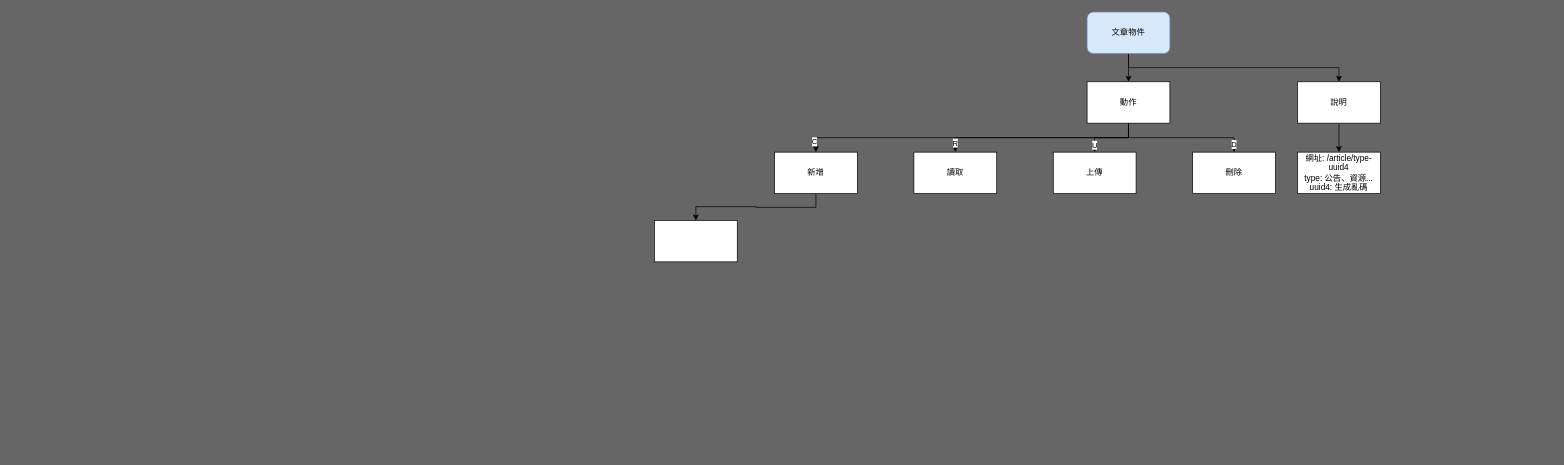
Before: page "文件物件-後端" (2 of 3) of Untitled Diagram.drawio in LawrenceLee0113/LawrenceLee0113, a draw.io diagram. Source tidied: cells renumbered, new cells numbered last; positions are measured from the earlier drawing's top-left corner, leaving out a move shared by most shapes. Both pictures are drawn from the tidied source at 69%, with x=0, y=0 at pixel (654, 12).
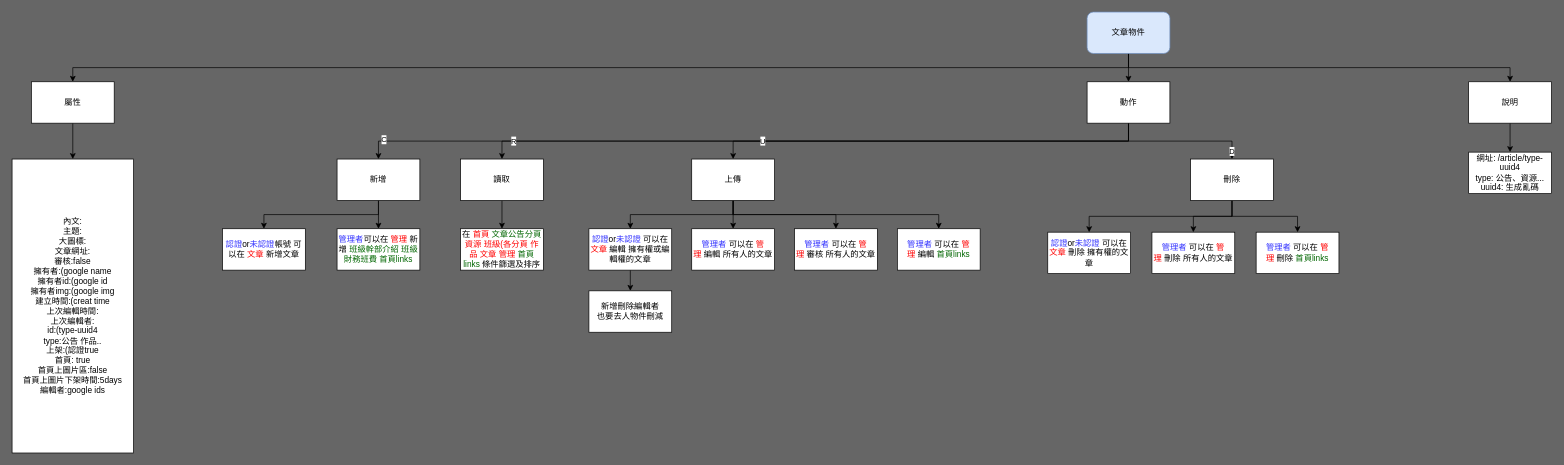
After the change.

The change refers to these unchanged cells:
```xml
<mxCell id="4" value="文章物件" style="rounded=1;whiteSpace=wrap;html=1;fillColor=#dae8fc;strokeColor=#6c8ebf;" parent="1" vertex="1">
  <mxGeometry x="627" width="120" height="60" as="geometry" />
</mxCell>
```

What changed in the source:
```diff
@@
+    <mxCell id="19" style="edgeStyle=orthogonalEdgeStyle;rounded=0;jettySize=auto;html=1;exitX=0.5;exitY=1;exitDx=0;exitDy=0;fontColor=#006600;" parent="1" edge="1" source="4" target="40">
+      <mxGeometry relative="1" as="geometry" />
+    </mxCell>
@@
     <mxCell id="6" value="說明" style="whiteSpace=wrap;html=1;" parent="1" vertex="1">
-      <mxGeometry x="932" y="101" width="120" height="60" as="geometry" />
+      <mxGeometry x="1180" y="101" width="120" height="60" as="geometry" />
     </mxCell>
     <mxCell id="7" value="網址: /article/type-uuid4&lt;br&gt;type: 公告、資源...&lt;br&gt;uuid4: 生成亂碼" style="rounded=0;whiteSpace=wrap;html=1;" parent="1" vertex="1">
-      <mxGeometry x="932" y="203" width="120" height="60" as="geometry" />
+      <mxGeometry x="1180" y="203" width="120" height="60" as="geometry" />
     </mxCell>
@@
+    <mxCell id="20" style="edgeStyle=orthogonalEdgeStyle;rounded=0;jettySize=auto;html=1;exitX=0.5;exitY=1;exitDx=0;exitDy=0;fontColor=#FF0000;" parent="1" edge="1" source="14" target="29">
+      <mxGeometry relative="1" as="geometry" />
+    </mxCell>
     <mxCell id="14" value="新增" style="rounded=0;whiteSpace=wrap;html=1;" parent="1" vertex="1">
-      <mxGeometry x="174" y="203" width="120" height="60" as="geometry" />
+      <mxGeometry x="-460" y="213" width="120" height="60" as="geometry" />
     </mxCell>
+    <mxCell id="21" style="edgeStyle=orthogonalEdgeStyle;rounded=0;jettySize=auto;html=1;exitX=0.5;exitY=1;exitDx=0;exitDy=0;fontColor=#006600;" parent="1" edge="1" source="15" target="30">
+      <mxGeometry relative="1" as="geometry" />
+    </mxCell>
     <mxCell id="15" value="讀取" style="rounded=0;whiteSpace=wrap;html=1;" parent="1" vertex="1">
-      <mxGeometry x="376" y="203" width="120" height="60" as="geometry" />
+      <mxGeometry x="-281" y="213" width="120" height="60" as="geometry" />
     </mxCell>
+    <mxCell id="22" style="edgeStyle=orthogonalEdgeStyle;rounded=0;jettySize=auto;html=1;exitX=0.5;exitY=1;exitDx=0;exitDy=0;fontColor=#000000;" parent="1" edge="1" source="16" target="32">
+      <mxGeometry relative="1" as="geometry" />
+    </mxCell>
+    <mxCell id="23" style="edgeStyle=orthogonalEdgeStyle;rounded=0;jettySize=auto;html=1;exitX=0.5;exitY=1;exitDx=0;exitDy=0;fontColor=#000000;" parent="1" edge="1" source="16" target="33">
+      <mxGeometry relative="1" as="geometry" />
+    </mxCell>
+    <mxCell id="24" style="edgeStyle=orthogonalEdgeStyle;rounded=0;jettySize=auto;html=1;exitX=0.5;exitY=1;exitDx=0;exitDy=0;fontColor=#000000;" parent="1" edge="1" source="16" target="34">
+      <mxGeometry relative="1" as="geometry" />
+    </mxCell>
+    <mxCell id="25" style="edgeStyle=orthogonalEdgeStyle;rounded=0;jettySize=auto;html=1;exitX=0.5;exitY=1;exitDx=0;exitDy=0;fontColor=#FF0000;" parent="1" edge="1" source="16" target="38">
+      <mxGeometry relative="1" as="geometry" />
+    </mxCell>
     <mxCell id="16" value="上傳" style="rounded=0;whiteSpace=wrap;html=1;" parent="1" vertex="1">
-      <mxGeometry x="578" y="203" width="120" height="60" as="geometry" />
+      <mxGeometry x="54" y="213" width="120" height="60" as="geometry" />
     </mxCell>
+    <mxCell id="26" style="edgeStyle=orthogonalEdgeStyle;rounded=0;jettySize=auto;html=1;exitX=0.5;exitY=1;exitDx=0;exitDy=0;fontColor=#000000;" parent="1" edge="1" source="17" target="35">
+      <mxGeometry relative="1" as="geometry" />
+    </mxCell>
+    <mxCell id="27" style="edgeStyle=orthogonalEdgeStyle;rounded=0;jettySize=auto;html=1;exitX=0.5;exitY=1;exitDx=0;exitDy=0;fontColor=#000000;" parent="1" edge="1" source="17" target="36">
+      <mxGeometry relative="1" as="geometry" />
+    </mxCell>
+    <mxCell id="28" style="edgeStyle=orthogonalEdgeStyle;rounded=0;jettySize=auto;html=1;exitX=0.5;exitY=1;exitDx=0;exitDy=0;fontColor=#FF0000;" parent="1" edge="1" source="17" target="37">
+      <mxGeometry relative="1" as="geometry" />
+    </mxCell>
     <mxCell id="17" value="刪除" style="rounded=0;whiteSpace=wrap;html=1;" parent="1" vertex="1">
-      <mxGeometry x="780" y="203" width="120" height="60" as="geometry" />
+      <mxGeometry x="777" y="213" width="120" height="60" as="geometry" />
     </mxCell>
-    <mxCell id="18" style="rounded=0;whiteSpace=wrap;html=1;" parent="1" vertex="1">
-      <mxGeometry y="302" width="120" height="60" as="geometry" />
+    <mxCell id="18" value="&lt;font color=&quot;#3333ff&quot;&gt;認證&lt;/font&gt;or&lt;font color=&quot;#3333ff&quot;&gt;未認證&lt;/font&gt;帳號 可以在 &lt;font color=&quot;#ff0000&quot;&gt;文章&lt;/font&gt; 新增文章" style="rounded=0;whiteSpace=wrap;html=1;" parent="1" vertex="1">
+      <mxGeometry x="-626" y="314" width="120" height="60" as="geometry" />
     </mxCell>
+    <mxCell id="29" value="&lt;font color=&quot;#3333ff&quot;&gt;管理者&lt;/font&gt;&lt;font color=&quot;#000000&quot;&gt;可以在&lt;/font&gt;&lt;font color=&quot;#3333ff&quot;&gt; &lt;/font&gt;管理&lt;font color=&quot;#3333ff&quot;&gt; &lt;/font&gt;&lt;font color=&quot;#000000&quot;&gt;新增&lt;/font&gt;&lt;font color=&quot;#3333ff&quot;&gt; &lt;/font&gt;&lt;font color=&quot;#006600&quot;&gt;班級幹部介紹 班級財務班費 首頁links&lt;/font&gt;" style="rounded=0;whiteSpace=wrap;html=1;fontColor=#FF0000;" parent="1" vertex="1">
+      <mxGeometry x="-460" y="314" width="120" height="60" as="geometry" />
+    </mxCell>
+    <mxCell id="30" value="&lt;font color=&quot;#000000&quot;&gt;在 &lt;/font&gt;&lt;font color=&quot;#ff0000&quot;&gt;首頁 &lt;/font&gt;文章公告分頁&lt;font color=&quot;#ff0000&quot;&gt; 資源 班級(各分頁 作品 文章 管理 &lt;/font&gt;首頁links&lt;font color=&quot;#ff0000&quot;&gt;&amp;nbsp;&lt;/font&gt;&lt;font color=&quot;#000000&quot;&gt;條件篩選及排序&lt;/font&gt;" style="rounded=0;whiteSpace=wrap;html=1;fontColor=#006600;" parent="1" vertex="1">
+      <mxGeometry x="-281" y="314" width="120" height="60" as="geometry" />
+    </mxCell>
+    <mxCell id="31" style="edgeStyle=orthogonalEdgeStyle;rounded=0;jettySize=auto;html=1;exitX=0.5;exitY=1;exitDx=0;exitDy=0;entryX=0.5;entryY=0;entryDx=0;entryDy=0;fontColor=#000000;" parent="1" edge="1" source="32" target="42">
+      <mxGeometry relative="1" as="geometry" />
+    </mxCell>
+    <mxCell id="32" value="&lt;font color=&quot;#3333ff&quot;&gt;認證&lt;/font&gt;or&lt;font color=&quot;#3333ff&quot;&gt;未認證 &lt;/font&gt;可以在 &lt;font color=&quot;#ff0000&quot;&gt;文章 &lt;/font&gt;編輯 擁有權或編輯權的文章" style="rounded=0;whiteSpace=wrap;html=1;" parent="1" vertex="1">
+      <mxGeometry x="-95" y="314" width="120" height="60" as="geometry" />
+    </mxCell>
+    <mxCell id="33" value="&lt;font color=&quot;#3333ff&quot;&gt;管理者&amp;nbsp;&lt;/font&gt;可以在 &lt;font color=&quot;#ff0000&quot;&gt;管理&amp;nbsp;&lt;/font&gt;編輯 所有人的文章" style="rounded=0;whiteSpace=wrap;html=1;" parent="1" vertex="1">
+      <mxGeometry x="54" y="314" width="120" height="60" as="geometry" />
+    </mxCell>
+    <mxCell id="34" value="&lt;font color=&quot;#3333ff&quot;&gt;管理者&amp;nbsp;&lt;/font&gt;可以在 &lt;font color=&quot;#ff0000&quot;&gt;管理&amp;nbsp;&lt;/font&gt;審核 所有人的文章" style="rounded=0;whiteSpace=wrap;html=1;" parent="1" vertex="1">
+      <mxGeometry x="203" y="314" width="120" height="60" as="geometry" />
+    </mxCell>
+    <mxCell id="35" value="&lt;font color=&quot;#3333ff&quot;&gt;認證&lt;/font&gt;or&lt;font color=&quot;#3333ff&quot;&gt;未認證 &lt;/font&gt;可以在 &lt;font color=&quot;#ff0000&quot;&gt;文章 &lt;/font&gt;刪除 擁有權的文章" style="rounded=0;whiteSpace=wrap;html=1;" parent="1" vertex="1">
+      <mxGeometry x="570" y="319" width="120" height="60" as="geometry" />
+    </mxCell>
+    <mxCell id="36" value="&lt;font color=&quot;#3333ff&quot;&gt;管理者&amp;nbsp;&lt;/font&gt;可以在 &lt;font color=&quot;#ff0000&quot;&gt;管理&amp;nbsp;&lt;/font&gt;刪除 所有人的文章" style="rounded=0;whiteSpace=wrap;html=1;" parent="1" vertex="1">
+      <mxGeometry x="721" y="319" width="120" height="60" as="geometry" />
+    </mxCell>
+    <mxCell id="37" value="&lt;font color=&quot;#3333ff&quot;&gt;管理者&amp;nbsp;&lt;/font&gt;可以在 &lt;font color=&quot;#ff0000&quot;&gt;管理&amp;nbsp;&lt;/font&gt;刪除 &lt;font color=&quot;#006600&quot;&gt;首頁links&lt;/font&gt;" style="rounded=0;whiteSpace=wrap;html=1;" parent="1" vertex="1">
+      <mxGeometry x="872" y="319" width="120" height="60" as="geometry" />
+    </mxCell>
+    <mxCell id="38" value="&lt;font color=&quot;#3333ff&quot;&gt;管理者&amp;nbsp;&lt;/font&gt;可以在 &lt;font color=&quot;#ff0000&quot;&gt;管理&amp;nbsp;&lt;/font&gt;編輯 &lt;font color=&quot;#006600&quot;&gt;首頁links&lt;/font&gt;" style="rounded=0;whiteSpace=wrap;html=1;" parent="1" vertex="1">
+      <mxGeometry x="352" y="314" width="120" height="60" as="geometry" />
+    </mxCell>
+    <mxCell id="39" style="edgeStyle=orthogonalEdgeStyle;rounded=0;jettySize=auto;html=1;exitX=0.5;exitY=1;exitDx=0;exitDy=0;fontColor=#006600;" parent="1" edge="1" source="40" target="41">
+      <mxGeometry relative="1" as="geometry" />
+    </mxCell>
+    <mxCell id="40" value="屬性" style="rounded=0;whiteSpace=wrap;html=1;" parent="1" vertex="1">
+      <mxGeometry x="-903" y="101" width="120" height="60" as="geometry" />
+    </mxCell>
+    <mxCell id="41" value="內文:&lt;br&gt;主題:&lt;br&gt;大圖標:&lt;br&gt;文章網址:&lt;br&gt;審核:false&lt;br&gt;擁有者:(google name&lt;br&gt;擁有者id:(google id&lt;br&gt;擁有者img:(google img&lt;br&gt;建立時間:(creat time&lt;br&gt;上次編輯時間:&lt;br&gt;上次編輯者:&lt;br&gt;id:(type-uuid4&lt;br&gt;type:公告 作品..&lt;br&gt;上架:(認證true&lt;br&gt;首頁: true&lt;br&gt;首頁上圖片區:false&lt;br&gt;首頁上圖片下架時間:5days&lt;br&gt;編輯者:google ids" style="rounded=0;whiteSpace=wrap;html=1;align=center;" parent="1" vertex="1">
+      <mxGeometry x="-931" y="213" width="176" height="426" as="geometry" />
+    </mxCell>
+    <mxCell id="42" value="新增刪除編輯者&lt;br&gt;也要去人物件刪減" style="rounded=0;whiteSpace=wrap;html=1;" parent="1" vertex="1">
+      <mxGeometry x="-95" y="404" width="120" height="60" as="geometry" />
+    </mxCell>
```
